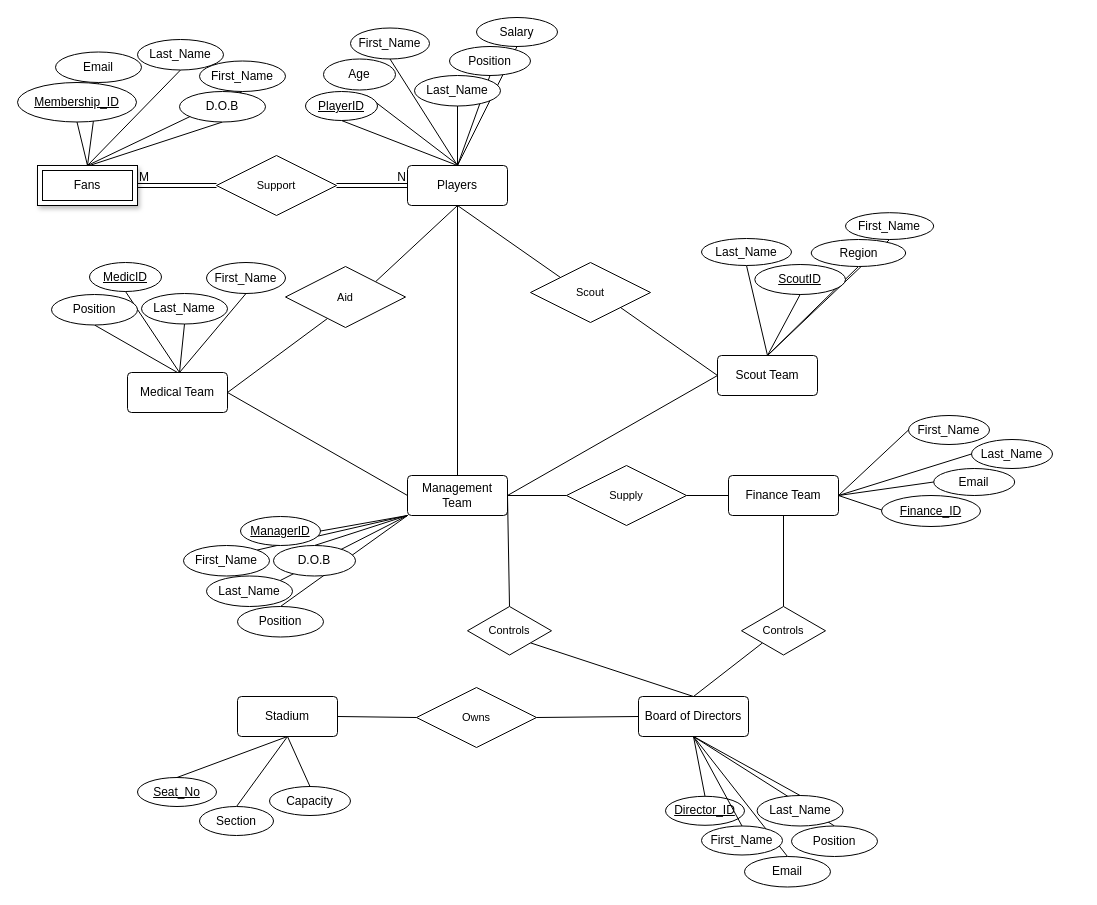
Before: Untitled Diagram.drawio in Smithg8/Databases, a draw.io diagram. Source tidied: cells renumbered, new cells numbered last; positions are measured from the earlier drawing's top-left corner, leaving out a move shared by most shapes. Both pictures are drawn from the tidied source at 100%, with x=0, y=0 at pixel (17, 17).
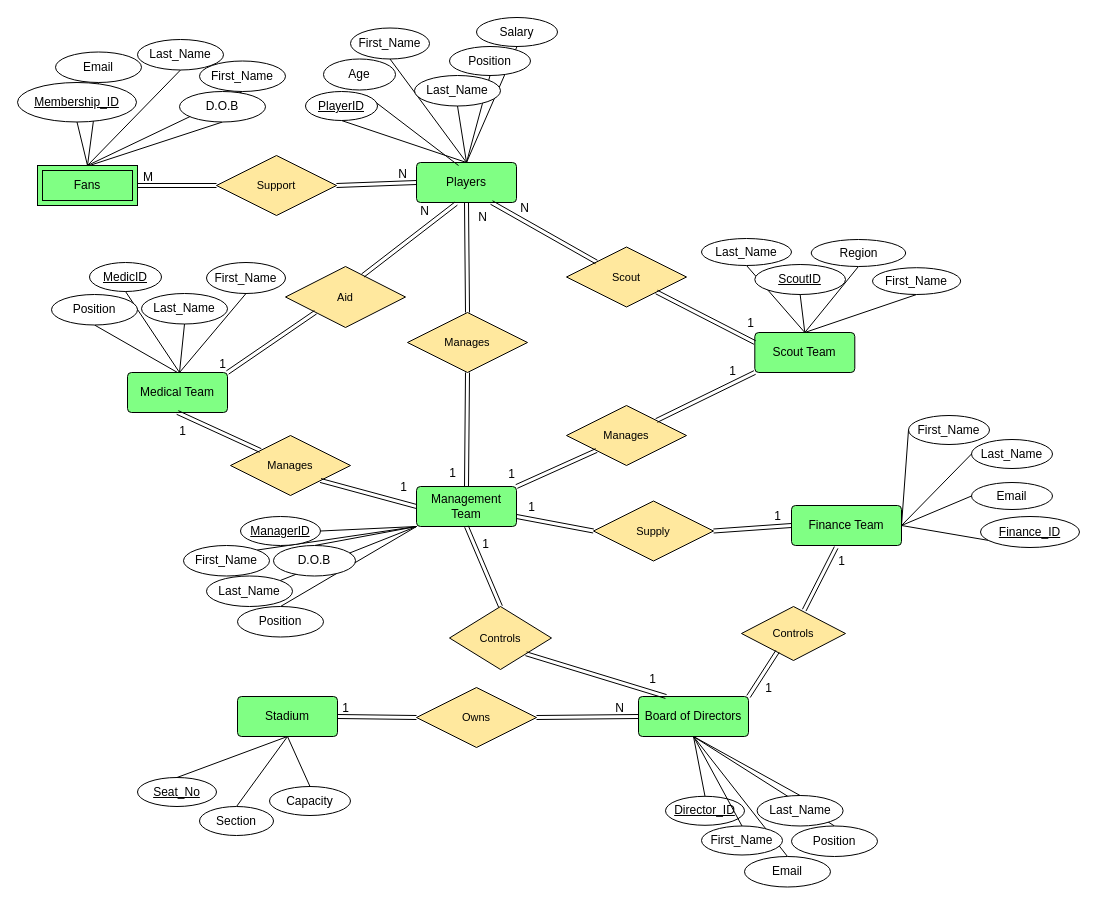
The same diagram, later.

The change refers to these unchanged cells:
```xml
<mxCell id="103" style="shape=link;html=1;rounded=0;exitX=1;exitY=0.5;exitDx=0;exitDy=0;entryX=0;entryY=0.5;entryDx=0;entryDy=0;" parent="1" edge="1" source="107" target="3">
  <mxGeometry relative="1" as="geometry" />
</mxCell>
<mxCell id="105" style="shape=link;html=1;rounded=0;exitX=1;exitY=0.5;exitDx=0;exitDy=0;entryX=0;entryY=0.5;entryDx=0;entryDy=0;" parent="1" edge="1" source="24" target="107">
  <mxGeometry relative="1" as="geometry" />
</mxCell>
```

Change to the diagram source:
```diff
@@
-    <mxCell id="3" value="Players" style="rounded=1;arcSize=10;whiteSpace=wrap;html=1;align=center;" parent="1" vertex="1">
-      <mxGeometry x="390" y="148" width="100" height="40" as="geometry" />
+    <mxCell id="3" value="Players" style="rounded=1;arcSize=10;whiteSpace=wrap;html=1;align=center;fillColor=#80FF84;" parent="1" vertex="1">
+      <mxGeometry x="399" y="145" width="100" height="40" as="geometry" />
     </mxCell>
-    <mxCell id="4" style="rounded=0;jettySize=auto;html=1;exitX=0.5;exitY=0;exitDx=0;exitDy=0;entryX=0.5;entryY=1;entryDx=0;entryDy=0;endArrow=none;endFill=0;" parent="1" edge="1" source="7" target="3">
-      <mxGeometry relative="1" as="geometry" />
-    </mxCell>
-    <mxCell id="5" style="rounded=0;jettySize=auto;html=1;exitX=0;exitY=0.5;exitDx=0;exitDy=0;entryX=1;entryY=0.5;entryDx=0;entryDy=0;endArrow=none;endFill=0;" parent="1" edge="1" source="7" target="36">
-      <mxGeometry relative="1" as="geometry" />
-    </mxCell>
-    <mxCell id="6" style="rounded=0;jettySize=auto;html=1;exitX=1;exitY=0.5;exitDx=0;exitDy=0;entryX=0;entryY=0.5;entryDx=0;entryDy=0;endArrow=none;endFill=0;" parent="1" edge="1" source="7" target="22">
-      <mxGeometry relative="1" as="geometry" />
-    </mxCell>
-    <mxCell id="7" value="Management Team" style="rounded=1;arcSize=10;whiteSpace=wrap;html=1;align=center;" parent="1" vertex="1">
-      <mxGeometry x="390" y="458" width="100" height="40" as="geometry" />
+    <mxCell id="7" value="Management Team" style="rounded=1;arcSize=10;whiteSpace=wrap;html=1;align=center;fillColor=#80FF84;" parent="1" vertex="1">
+      <mxGeometry x="399" y="469" width="100" height="40" as="geometry" />
     </mxCell>
@@
-    <mxCell id="19" style="rounded=0;jettySize=auto;html=1;exitX=0;exitY=0;exitDx=0;exitDy=0;entryX=0.5;entryY=1;entryDx=0;entryDy=0;endArrow=none;endFill=0;" parent="1" edge="1" source="98" target="3">
-      <mxGeometry relative="1" as="geometry" />
-    </mxCell>
@@
-    <mxCell id="22" value="Scout Team" style="rounded=1;arcSize=10;whiteSpace=wrap;html=1;align=center;" parent="1" vertex="1">
-      <mxGeometry x="700" y="338" width="100" height="40" as="geometry" />
+    <mxCell id="22" value="Scout Team" style="rounded=1;arcSize=10;whiteSpace=wrap;html=1;align=center;fillColor=#80FF84;" parent="1" vertex="1">
+      <mxGeometry x="737.3" y="315" width="100" height="40" as="geometry" />
     </mxCell>
@@
-    <mxCell id="24" value="Fans" style="shape=ext;margin=3;double=1;whiteSpace=wrap;html=1;align=center;shadow=1;" parent="1" vertex="1">
+    <mxCell id="24" value="Fans" style="shape=ext;margin=3;double=1;whiteSpace=wrap;html=1;align=center;shadow=0;fillColor=#80FF84;" parent="1" vertex="1">
       <mxGeometry x="20" y="148" width="100" height="40" as="geometry" />
     </mxCell>
@@
-    <mxCell id="28" value="Stadium" style="rounded=1;arcSize=10;whiteSpace=wrap;html=1;align=center;" parent="1" vertex="1">
+    <mxCell id="28" value="Stadium" style="rounded=1;arcSize=10;whiteSpace=wrap;html=1;align=center;fillColor=#80FF84;" parent="1" vertex="1">
       <mxGeometry x="220" y="679" width="100" height="40" as="geometry" />
     </mxCell>
@@
     <mxCell id="31" value="First_Name" style="ellipse;whiteSpace=wrap;html=1;align=center;rotation=0;" parent="1" vertex="1">
-      <mxGeometry x="828" y="195.2" width="88.2" height="26.8" as="geometry" />
+      <mxGeometry x="855" y="250.2" width="88.2" height="26.8" as="geometry" />
     </mxCell>
@@
-    <mxCell id="35" style="rounded=0;jettySize=auto;html=1;exitX=1;exitY=0;exitDx=0;exitDy=0;entryX=0.5;entryY=1;entryDx=0;entryDy=0;endArrow=none;endFill=0;" parent="1" edge="1" source="100" target="3">
-      <mxGeometry relative="1" as="geometry" />
-    </mxCell>
-    <mxCell id="36" value="Medical Team" style="rounded=1;arcSize=10;whiteSpace=wrap;html=1;align=center;" parent="1" vertex="1">
+    <mxCell id="36" value="Medical Team" style="rounded=1;arcSize=10;whiteSpace=wrap;html=1;align=center;fillColor=#80FF84;" parent="1" vertex="1">
       <mxGeometry x="110" y="355" width="100" height="40" as="geometry" />
     </mxCell>
-    <mxCell id="37" style="rounded=0;jettySize=auto;html=1;exitX=0.5;exitY=0;exitDx=0;exitDy=0;endArrow=none;endFill=0;entryX=1;entryY=0.5;entryDx=0;entryDy=0;" parent="1" edge="1" source="94" target="7">
-      <mxGeometry relative="1" as="geometry" />
-    </mxCell>
-    <mxCell id="38" style="rounded=0;jettySize=auto;html=1;exitX=0.5;exitY=0;exitDx=0;exitDy=0;entryX=0.5;entryY=1;entryDx=0;entryDy=0;endArrow=none;endFill=0;" parent="1" edge="1" source="96" target="42">
-      <mxGeometry relative="1" as="geometry" />
-    </mxCell>
-    <mxCell id="39" style="rounded=0;jettySize=auto;html=1;exitX=0;exitY=0.5;exitDx=0;exitDy=0;entryX=1;entryY=0.5;entryDx=0;entryDy=0;endArrow=none;endFill=0;jumpStyle=none;" parent="1" edge="1" source="92" target="28">
-      <mxGeometry relative="1" as="geometry" />
-    </mxCell>
-    <mxCell id="40" value="Board of Directors" style="rounded=1;arcSize=10;whiteSpace=wrap;html=1;align=center;" parent="1" vertex="1">
+    <mxCell id="40" value="Board of Directors" style="rounded=1;arcSize=10;whiteSpace=wrap;html=1;align=center;fillColor=#80FF84;" parent="1" vertex="1">
       <mxGeometry x="621" y="679" width="110" height="40" as="geometry" />
     </mxCell>
-    <mxCell id="41" style="edgeStyle=orthogonalEdgeStyle;rounded=0;jettySize=auto;html=1;endArrow=none;endFill=0;entryX=1;entryY=0.5;entryDx=0;entryDy=0;" parent="1" edge="1" source="102" target="7">
-      <mxGeometry relative="1" as="geometry" />
-    </mxCell>
-    <mxCell id="42" value="Finance Team" style="rounded=1;arcSize=10;whiteSpace=wrap;html=1;align=center;" parent="1" vertex="1">
-      <mxGeometry x="711" y="458" width="110" height="40" as="geometry" />
+    <mxCell id="42" value="Finance Team" style="rounded=1;arcSize=10;whiteSpace=wrap;html=1;align=center;strokeColor=#000000;fillColor=#80FF84;" parent="1" vertex="1">
+      <mxGeometry x="774" y="488" width="110" height="40" as="geometry" />
     </mxCell>
@@
     <mxCell id="85" value="Finance_ID" style="ellipse;whiteSpace=wrap;html=1;align=center;fontStyle=4;" parent="1" vertex="1">
-      <mxGeometry x="864" y="478" width="99" height="31" as="geometry" />
+      <mxGeometry x="963" y="499" width="99" height="31" as="geometry" />
     </mxCell>
@@
     <mxCell id="90" value="Email" style="ellipse;whiteSpace=wrap;html=1;align=center;" parent="1" vertex="1">
-      <mxGeometry x="916.2" y="451" width="81" height="27" as="geometry" />
+      <mxGeometry x="954" y="465" width="81" height="27" as="geometry" />
     </mxCell>
-    <mxCell id="91" style="rounded=0;jettySize=auto;html=1;exitX=0;exitY=0.5;exitDx=0;exitDy=0;entryX=1;entryY=0.5;entryDx=0;entryDy=0;endArrow=none;endFill=0;jumpStyle=none;" parent="1" edge="1" source="40" target="92">
-      <mxGeometry relative="1" as="geometry" />
-    </mxCell>
-    <mxCell id="92" value="Owns" style="shape=rhombus;perimeter=rhombusPerimeter;whiteSpace=wrap;html=1;align=center;fontFamily=Helvetica;fontSize=11;fontColor=default;" parent="1" vertex="1">
+    <mxCell id="92" value="Owns" style="shape=rhombus;perimeter=rhombusPerimeter;whiteSpace=wrap;html=1;align=center;fontFamily=Helvetica;fontSize=11;fontColor=default;fillColor=#FFE89E;" parent="1" vertex="1">
       <mxGeometry x="399" y="670" width="120" height="60" as="geometry" />
     </mxCell>
-    <mxCell id="93" style="rounded=0;jettySize=auto;html=1;exitX=0.5;exitY=0;exitDx=0;exitDy=0;entryX=1;entryY=1;entryDx=0;entryDy=0;endArrow=none;endFill=0;" parent="1" edge="1" source="40" target="94">
-      <mxGeometry relative="1" as="geometry" />
-    </mxCell>
-    <mxCell id="94" value="Controls" style="shape=rhombus;perimeter=rhombusPerimeter;whiteSpace=wrap;html=1;align=center;fontFamily=Helvetica;fontSize=11;fontColor=default;" parent="1" vertex="1">
-      <mxGeometry x="450" y="589" width="84" height="48.5" as="geometry" />
+    <mxCell id="94" value="Controls" style="shape=rhombus;perimeter=rhombusPerimeter;whiteSpace=wrap;html=1;align=center;fontFamily=Helvetica;fontSize=11;fontColor=default;fillColor=#FFE89E;" parent="1" vertex="1">
+      <mxGeometry x="432" y="589" width="102" height="63" as="geometry" />
     </mxCell>
-    <mxCell id="95" style="edgeStyle=none;shape=connector;rounded=0;jettySize=auto;html=1;exitX=0;exitY=1;exitDx=0;exitDy=0;entryX=0.5;entryY=0;entryDx=0;entryDy=0;labelBackgroundColor=default;strokeColor=default;align=center;verticalAlign=middle;fontFamily=Helvetica;fontSize=11;fontColor=default;endArrow=none;endFill=0;" parent="1" edge="1" source="96" target="40">
-      <mxGeometry relative="1" as="geometry" />
-    </mxCell>
-    <mxCell id="96" value="Controls" style="shape=rhombus;perimeter=rhombusPerimeter;whiteSpace=wrap;html=1;align=center;fontFamily=Helvetica;fontSize=11;fontColor=default;" parent="1" vertex="1">
-      <mxGeometry x="724" y="589" width="84" height="48.5" as="geometry" />
+    <mxCell id="96" value="Controls" style="shape=rhombus;perimeter=rhombusPerimeter;whiteSpace=wrap;html=1;align=center;fontFamily=Helvetica;fontSize=11;fontColor=default;fillColor=#FFE89E;" parent="1" vertex="1">
+      <mxGeometry x="724" y="589" width="104" height="54" as="geometry" />
     </mxCell>
-    <mxCell id="97" style="rounded=0;jettySize=auto;html=1;exitX=0;exitY=0.5;exitDx=0;exitDy=0;entryX=1;entryY=1;entryDx=0;entryDy=0;endArrow=none;endFill=0;" parent="1" edge="1" source="22" target="98">
-      <mxGeometry relative="1" as="geometry" />
-    </mxCell>
-    <mxCell id="98" value="Scout" style="shape=rhombus;perimeter=rhombusPerimeter;whiteSpace=wrap;html=1;align=center;fontFamily=Helvetica;fontSize=11;fontColor=default;" parent="1" vertex="1">
-      <mxGeometry x="513" y="245" width="120" height="60" as="geometry" />
+    <mxCell id="98" value="Scout" style="shape=rhombus;perimeter=rhombusPerimeter;whiteSpace=wrap;html=1;align=center;fontFamily=Helvetica;fontSize=11;fontColor=default;fillColor=#FFE89E;" parent="1" vertex="1">
+      <mxGeometry x="549" y="229.5" width="120" height="60" as="geometry" />
     </mxCell>
-    <mxCell id="99" style="rounded=0;jettySize=auto;html=1;exitX=1;exitY=0.5;exitDx=0;exitDy=0;entryX=0.35;entryY=0.852;entryDx=0;entryDy=0;endArrow=none;endFill=0;entryPerimeter=0;" parent="1" edge="1" source="36" target="100">
-      <mxGeometry relative="1" as="geometry" />
-    </mxCell>
-    <mxCell id="100" value="Aid" style="shape=rhombus;perimeter=rhombusPerimeter;whiteSpace=wrap;html=1;align=center;fontFamily=Helvetica;fontSize=11;fontColor=default;" parent="1" vertex="1">
+    <mxCell id="100" value="Aid" style="shape=rhombus;perimeter=rhombusPerimeter;whiteSpace=wrap;html=1;align=center;fontFamily=Helvetica;fontSize=11;fontColor=default;fillColor=#FFE89E;" parent="1" vertex="1">
       <mxGeometry x="268" y="249" width="120" height="61" as="geometry" />
     </mxCell>
-    <mxCell id="101" style="edgeStyle=orthogonalEdgeStyle;rounded=0;jettySize=auto;html=1;endArrow=none;endFill=0;entryX=1;entryY=0.5;entryDx=0;entryDy=0;" parent="1" edge="1" source="42" target="102">
-      <mxGeometry relative="1" as="geometry" />
-    </mxCell>
-    <mxCell id="102" value="Supply" style="shape=rhombus;perimeter=rhombusPerimeter;whiteSpace=wrap;html=1;align=center;fontFamily=Helvetica;fontSize=11;fontColor=default;" parent="1" vertex="1">
-      <mxGeometry x="549" y="448" width="120" height="60" as="geometry" />
+    <mxCell id="102" value="Supply" style="shape=rhombus;perimeter=rhombusPerimeter;whiteSpace=wrap;html=1;align=center;fontFamily=Helvetica;fontSize=11;fontColor=default;fillColor=#FFE89E;" parent="1" vertex="1">
+      <mxGeometry x="576" y="483.5" width="120" height="60" as="geometry" />
     </mxCell>
@@
     <mxCell id="104" value="N" style="html=1;whiteSpace=wrap;align=right;verticalAlign=bottom;" parent="103" vertex="1">
-      <mxGeometry x="1" relative="1" as="geometry" />
+      <mxGeometry x="1" relative="1" as="geometry">
+        <mxPoint x="-8" as="offset" />
+      </mxGeometry>
     </mxCell>
@@
     <mxCell id="106" value="M" style="html=1;whiteSpace=wrap;align=left;verticalAlign=bottom;" parent="105" vertex="1">
-      <mxGeometry x="-1" relative="1" as="geometry" />
+      <mxGeometry x="-1" relative="1" as="geometry">
+        <mxPoint x="4" as="offset" />
+      </mxGeometry>
     </mxCell>
-    <mxCell id="107" value="Support" style="shape=rhombus;perimeter=rhombusPerimeter;whiteSpace=wrap;html=1;align=center;fontFamily=Helvetica;fontSize=11;fontColor=default;" parent="1" vertex="1">
+    <mxCell id="107" value="Support" style="shape=rhombus;perimeter=rhombusPerimeter;whiteSpace=wrap;html=1;align=center;fontFamily=Helvetica;fontSize=11;fontColor=default;fillColor=#FFE89E;" parent="1" vertex="1">
       <mxGeometry x="199" y="138" width="120" height="60" as="geometry" />
     </mxCell>
+    <mxCell id="108" style="shape=link;html=1;rounded=0;entryX=0;entryY=0.5;entryDx=0;entryDy=0;exitX=1;exitY=0.5;exitDx=0;exitDy=0;" parent="1" edge="1" source="92" target="40">
+      <mxGeometry relative="1" as="geometry" />
+    </mxCell>
+    <mxCell id="109" value="N" style="html=1;whiteSpace=wrap;align=right;verticalAlign=bottom;" parent="108" vertex="1">
+      <mxGeometry x="1" relative="1" as="geometry">
+        <mxPoint x="-13" as="offset" />
+      </mxGeometry>
+    </mxCell>
+    <mxCell id="39" style="shape=link;html=1;rounded=0;entryX=1;entryY=0.5;entryDx=0;entryDy=0;exitX=0;exitY=0.5;exitDx=0;exitDy=0;" parent="1" edge="1" source="92" target="28">
+      <mxGeometry relative="1" as="geometry" />
+    </mxCell>
+    <mxCell id="110" value="1" style="html=1;whiteSpace=wrap;align=right;verticalAlign=bottom;" parent="39" vertex="1">
+      <mxGeometry x="1" relative="1" as="geometry">
+        <mxPoint x="13" as="offset" />
+      </mxGeometry>
+    </mxCell>
+    <mxCell id="35" style="shape=link;html=1;rounded=0;exitX=0.644;exitY=0.148;exitDx=0;exitDy=0;exitPerimeter=0;entryX=0.397;entryY=1.026;entryDx=0;entryDy=0;entryPerimeter=0;" parent="1" edge="1" source="100" target="3">
+      <mxGeometry relative="1" as="geometry" />
+    </mxCell>
+    <mxCell id="111" value="N" style="html=1;whiteSpace=wrap;align=right;verticalAlign=bottom;" parent="35" vertex="1">
+      <mxGeometry x="1" relative="1" as="geometry">
+        <mxPoint x="-26" y="16" as="offset" />
+      </mxGeometry>
+    </mxCell>
+    <mxCell id="112" style="shape=link;html=1;rounded=0;entryX=1;entryY=0;entryDx=0;entryDy=0;exitX=0;exitY=1;exitDx=0;exitDy=0;" parent="1" edge="1" source="100" target="36">
+      <mxGeometry relative="1" as="geometry" />
+    </mxCell>
+    <mxCell id="113" value="1" style="html=1;whiteSpace=wrap;align=right;verticalAlign=bottom;" parent="112" vertex="1">
+      <mxGeometry x="1" relative="1" as="geometry" />
+    </mxCell>
+    <mxCell id="114" style="shape=link;html=1;rounded=0;entryX=0;entryY=0.25;entryDx=0;entryDy=0;exitX=1;exitY=1;exitDx=0;exitDy=0;" parent="1" edge="1" source="98" target="22">
+      <mxGeometry relative="1" as="geometry" />
+    </mxCell>
+    <mxCell id="115" value="1" style="html=1;whiteSpace=wrap;align=right;verticalAlign=bottom;" parent="114" vertex="1">
+      <mxGeometry x="1" relative="1" as="geometry">
+        <mxPoint y="-11" as="offset" />
+      </mxGeometry>
+    </mxCell>
+    <mxCell id="116" value="Manages" style="shape=rhombus;perimeter=rhombusPerimeter;whiteSpace=wrap;html=1;align=center;fontFamily=Helvetica;fontSize=11;fontColor=default;fillColor=#FFE89E;" parent="1" vertex="1">
+      <mxGeometry x="390" y="295" width="120" height="60" as="geometry" />
+    </mxCell>
+    <mxCell id="117" style="shape=link;html=1;rounded=0;exitX=0.5;exitY=0;exitDx=0;exitDy=0;entryX=0.5;entryY=1;entryDx=0;entryDy=0;" parent="1" edge="1" source="116" target="3">
+      <mxGeometry relative="1" as="geometry" />
+    </mxCell>
+    <mxCell id="118" value="N" style="html=1;whiteSpace=wrap;align=right;verticalAlign=bottom;" parent="117" vertex="1">
+      <mxGeometry x="1" relative="1" as="geometry">
+        <mxPoint x="64" y="14" as="offset" />
+      </mxGeometry>
+    </mxCell>
+    <mxCell id="119" style="shape=link;html=1;rounded=0;entryX=0.5;entryY=0;entryDx=0;entryDy=0;exitX=0.5;exitY=1;exitDx=0;exitDy=0;" parent="1" edge="1" source="116" target="7">
+      <mxGeometry relative="1" as="geometry" />
+    </mxCell>
+    <mxCell id="120" value="1" style="html=1;whiteSpace=wrap;align=right;verticalAlign=bottom;" parent="119" vertex="1">
+      <mxGeometry x="1" relative="1" as="geometry">
+        <mxPoint x="-9" y="-5" as="offset" />
+      </mxGeometry>
+    </mxCell>
+    <mxCell id="121" value="Manages" style="shape=rhombus;perimeter=rhombusPerimeter;whiteSpace=wrap;html=1;align=center;fontFamily=Helvetica;fontSize=11;fontColor=default;fillColor=#FFE89E;" parent="1" vertex="1">
+      <mxGeometry x="213" y="418" width="120" height="60" as="geometry" />
+    </mxCell>
+    <mxCell id="122" value="Manages" style="shape=rhombus;perimeter=rhombusPerimeter;whiteSpace=wrap;html=1;align=center;fontFamily=Helvetica;fontSize=11;fontColor=default;fillColor=#FFE89E;" parent="1" vertex="1">
+      <mxGeometry x="549" y="388" width="120" height="60" as="geometry" />
+    </mxCell>
+    <mxCell id="123" style="shape=link;html=1;rounded=0;entryX=0.5;entryY=1;entryDx=0;entryDy=0;exitX=0;exitY=0;exitDx=0;exitDy=0;" parent="1" edge="1" source="121" target="36">
+      <mxGeometry relative="1" as="geometry" />
+    </mxCell>
+    <mxCell id="124" value="1" style="html=1;whiteSpace=wrap;align=right;verticalAlign=bottom;" parent="123" vertex="1">
+      <mxGeometry x="1" relative="1" as="geometry">
+        <mxPoint x="10" y="27" as="offset" />
+      </mxGeometry>
+    </mxCell>
+    <mxCell id="125" style="shape=link;html=1;rounded=0;entryX=1;entryY=1;entryDx=0;entryDy=0;exitX=0;exitY=0.5;exitDx=0;exitDy=0;" parent="1" edge="1" source="7" target="121">
+      <mxGeometry relative="1" as="geometry" />
+    </mxCell>
+    <mxCell id="126" value="1" style="html=1;whiteSpace=wrap;align=right;verticalAlign=bottom;" parent="125" vertex="1">
+      <mxGeometry x="1" relative="1" as="geometry">
+        <mxPoint x="88" y="15" as="offset" />
+      </mxGeometry>
+    </mxCell>
+    <mxCell id="127" style="shape=link;html=1;rounded=0;exitX=1;exitY=0;exitDx=0;exitDy=0;entryX=0;entryY=1;entryDx=0;entryDy=0;" parent="1" edge="1" source="7" target="122">
+      <mxGeometry relative="1" as="geometry" />
+    </mxCell>
+    <mxCell id="128" value="1" style="html=1;whiteSpace=wrap;align=right;verticalAlign=bottom;" parent="127" vertex="1">
+      <mxGeometry x="1" relative="1" as="geometry">
+        <mxPoint x="-80" y="32" as="offset" />
+      </mxGeometry>
+    </mxCell>
+    <mxCell id="129" style="shape=link;html=1;rounded=0;entryX=1;entryY=0;entryDx=0;entryDy=0;exitX=0;exitY=1;exitDx=0;exitDy=0;" parent="1" edge="1" source="22" target="122">
+      <mxGeometry relative="1" as="geometry" />
+    </mxCell>
+    <mxCell id="130" value="1" style="html=1;whiteSpace=wrap;align=right;verticalAlign=bottom;" parent="129" vertex="1">
+      <mxGeometry x="1" relative="1" as="geometry">
+        <mxPoint x="81" y="-41" as="offset" />
+      </mxGeometry>
+    </mxCell>
+    <mxCell id="19" style="shape=link;html=1;rounded=0;exitX=0;exitY=0;exitDx=0;exitDy=0;entryX=0.75;entryY=1;entryDx=0;entryDy=0;" parent="1" edge="1" source="98" target="3">
+      <mxGeometry relative="1" as="geometry" />
+    </mxCell>
+    <mxCell id="131" value="N" style="html=1;whiteSpace=wrap;align=right;verticalAlign=bottom;" parent="1" vertex="1">
+      <mxGeometry x="522" y="207.3" as="geometry">
+        <mxPoint x="-51" y="1" as="offset" />
+      </mxGeometry>
+    </mxCell>
+    <mxCell id="132" style="shape=link;html=1;rounded=0;exitX=1;exitY=0.75;exitDx=0;exitDy=0;entryX=0;entryY=0.5;entryDx=0;entryDy=0;" parent="1" edge="1" source="7" target="102">
+      <mxGeometry relative="1" as="geometry" />
+    </mxCell>
+    <mxCell id="133" value="1" style="html=1;whiteSpace=wrap;align=right;verticalAlign=bottom;" parent="132" vertex="1">
+      <mxGeometry x="1" relative="1" as="geometry">
+        <mxPoint x="-57" y="-15" as="offset" />
+      </mxGeometry>
+    </mxCell>
+    <mxCell id="101" style="shape=link;html=1;rounded=0;exitX=0;exitY=0.5;exitDx=0;exitDy=0;entryX=1;entryY=0.5;entryDx=0;entryDy=0;" parent="1" edge="1" source="42" target="102">
+      <mxGeometry relative="1" as="geometry" />
+    </mxCell>
+    <mxCell id="134" value="1" style="html=1;whiteSpace=wrap;align=right;verticalAlign=bottom;" parent="101" vertex="1">
+      <mxGeometry x="1" relative="1" as="geometry">
+        <mxPoint x="69" y="-6" as="offset" />
+      </mxGeometry>
+    </mxCell>
+    <mxCell id="135" style="shape=link;html=1;rounded=0;exitX=0.406;exitY=1.05;exitDx=0;exitDy=0;exitPerimeter=0;entryX=0.603;entryY=0.068;entryDx=0;entryDy=0;entryPerimeter=0;" parent="1" edge="1" source="42" target="96">
+      <mxGeometry relative="1" as="geometry" />
+    </mxCell>
+    <mxCell id="136" value="1" style="html=1;whiteSpace=wrap;align=right;verticalAlign=bottom;" parent="135" vertex="1">
+      <mxGeometry x="1" relative="1" as="geometry">
+        <mxPoint x="42" y="-40" as="offset" />
+      </mxGeometry>
+    </mxCell>
+    <mxCell id="137" style="shape=link;html=1;rounded=0;exitX=1;exitY=0;exitDx=0;exitDy=0;entryX=0.346;entryY=0.833;entryDx=0;entryDy=0;entryPerimeter=0;" parent="1" edge="1" source="40" target="96">
+      <mxGeometry relative="1" as="geometry" />
+    </mxCell>
+    <mxCell id="138" value="1" style="html=1;whiteSpace=wrap;align=right;verticalAlign=bottom;" parent="137" vertex="1">
+      <mxGeometry x="1" relative="1" as="geometry">
+        <mxPoint x="-4" y="45" as="offset" />
+      </mxGeometry>
+    </mxCell>
+    <mxCell id="139" style="shape=link;html=1;rounded=0;exitX=0.5;exitY=1;exitDx=0;exitDy=0;entryX=0.5;entryY=0;entryDx=0;entryDy=0;" parent="1" edge="1" source="7" target="94">
+      <mxGeometry relative="1" as="geometry" />
+    </mxCell>
+    <mxCell id="140" value="1" style="html=1;whiteSpace=wrap;align=right;verticalAlign=bottom;" parent="139" vertex="1">
+      <mxGeometry x="1" relative="1" as="geometry">
+        <mxPoint x="-10" y="-54" as="offset" />
+      </mxGeometry>
+    </mxCell>
+    <mxCell id="93" style="shape=link;html=1;rounded=0;exitX=0.25;exitY=0;exitDx=0;exitDy=0;entryX=1;entryY=1;entryDx=0;entryDy=0;" parent="1" edge="1" source="40" target="94">
+      <mxGeometry relative="1" as="geometry" />
+    </mxCell>
+    <mxCell id="141" value="1" style="html=1;whiteSpace=wrap;align=right;verticalAlign=bottom;" parent="93" vertex="1">
+      <mxGeometry x="1" relative="1" as="geometry">
+        <mxPoint x="131" y="34" as="offset" />
+      </mxGeometry>
+    </mxCell>
```
